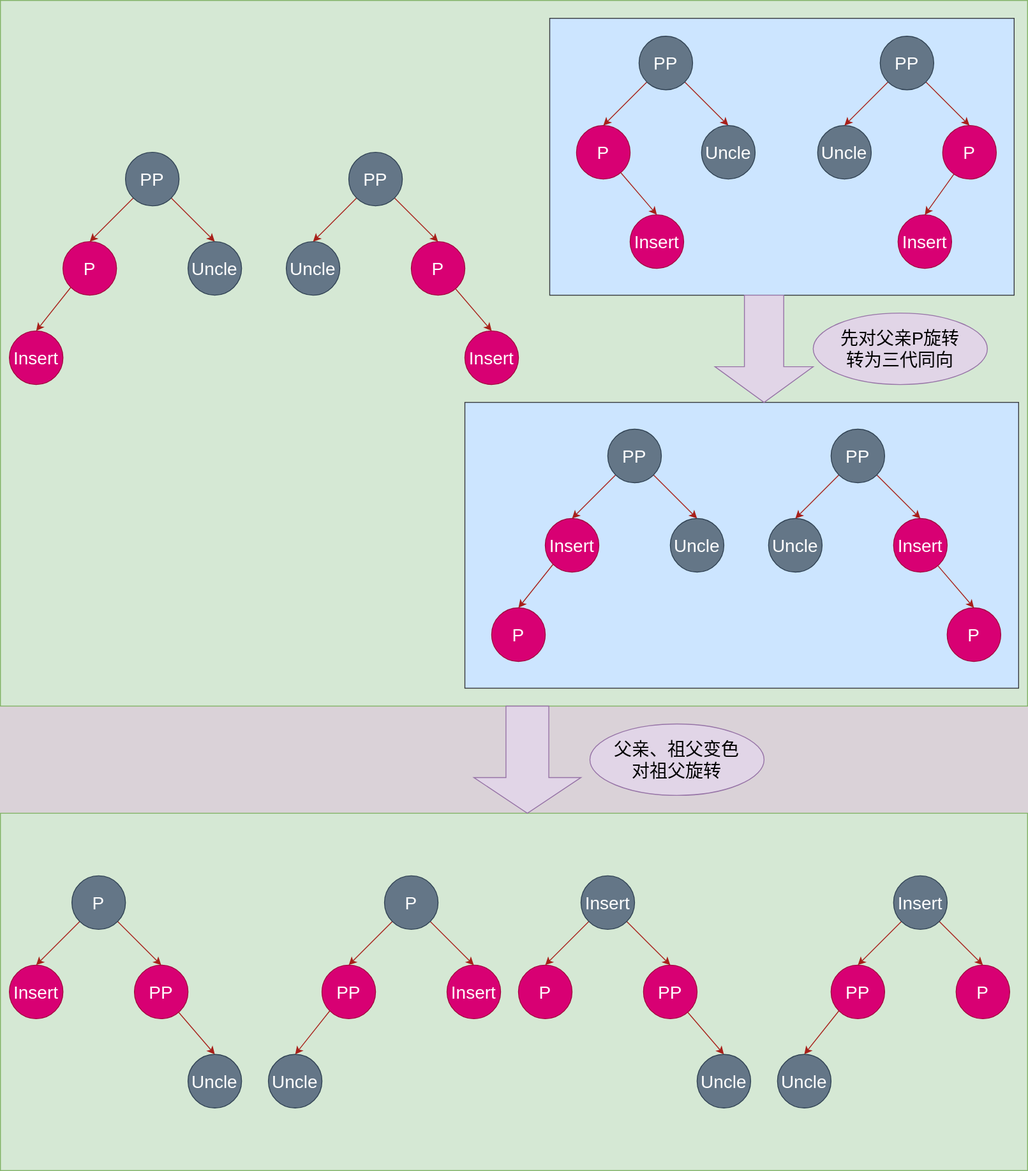
This is Ds/Summary/images/红黑树_插入_父亲为红_叔叔为黑.svg from Jinhua-Lee/DsAndAlg, a draw.io export, as it was before one commit. Source tidied: cells renumbered, new cells last; positions are measured from the earlier drawing's top-left corner, leaving out a move shared by most shapes.
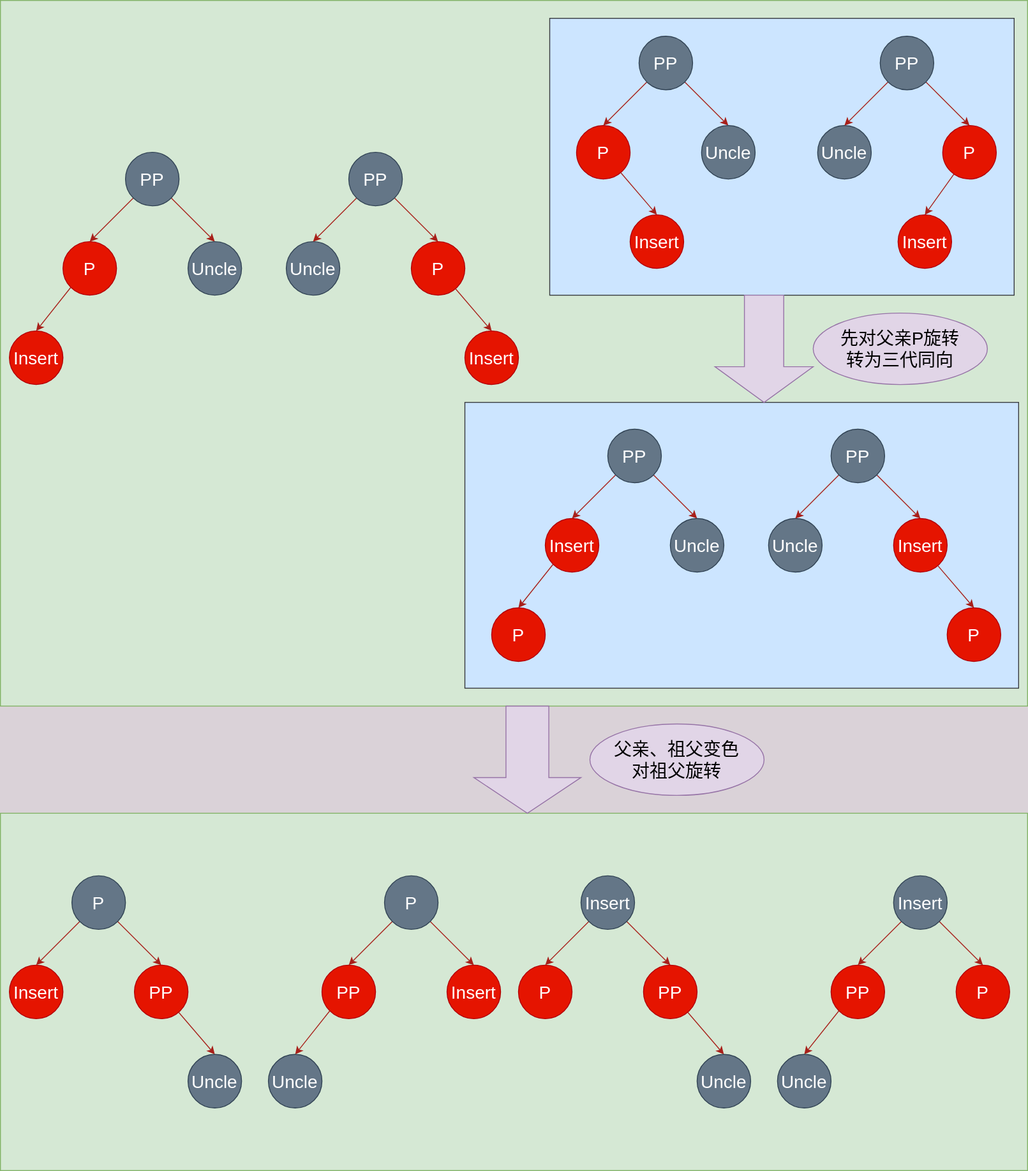
The same file after the commit.

The edit, as a diff of the source:
```diff
@@ -11,7 +11,7 @@
     <mxCell id="4" style="rounded=0;whiteSpace=wrap;html=1;fillColor=#d5e8d4;strokeColor=#82b366;" parent="1" vertex="1">
       <mxGeometry y="910" width="1150" height="400" as="geometry" />
     </mxCell>
-    <mxCell id="5" value="&lt;font style=&quot;font-size: 20px&quot;&gt;P&lt;/font&gt;" style="ellipse;whiteSpace=wrap;html=1;fillColor=#d80073;strokeColor=#A50040;fontColor=#ffffff;" parent="1" vertex="1">
+    <mxCell id="5" value="&lt;font style=&quot;font-size: 20px&quot;&gt;P&lt;/font&gt;" style="ellipse;whiteSpace=wrap;html=1;fillColor=#e51400;strokeColor=#B20000;fontColor=#ffffff;" parent="1" vertex="1">
       <mxGeometry x="70" y="270" width="60" height="60" as="geometry" />
     </mxCell>
     <mxCell id="6" style="rounded=0;jettySize=auto;html=1;exitX=0;exitY=1;exitDx=0;exitDy=0;entryX=0.5;entryY=0;entryDx=0;entryDy=0;strokeColor=#A8201A;labelBackgroundColor=#DAD2D8;fontColor=#143642;" parent="1" edge="1" source="8" target="5">
@@ -29,10 +29,10 @@
     <mxCell id="10" value="&lt;font style=&quot;font-size: 20px&quot;&gt;Uncle&lt;/font&gt;" style="ellipse;whiteSpace=wrap;html=1;fillColor=#647687;strokeColor=#314354;fontColor=#ffffff;" parent="1" vertex="1">
       <mxGeometry x="210" y="270" width="60" height="60" as="geometry" />
     </mxCell>
-    <mxCell id="11" value="&lt;font style=&quot;font-size: 20px&quot;&gt;Insert&lt;/font&gt;" style="ellipse;whiteSpace=wrap;html=1;fillColor=#d80073;strokeColor=#A50040;fontColor=#ffffff;" parent="1" vertex="1">
+    <mxCell id="11" value="&lt;font style=&quot;font-size: 20px&quot;&gt;Insert&lt;/font&gt;" style="ellipse;whiteSpace=wrap;html=1;fillColor=#e51400;strokeColor=#B20000;fontColor=#ffffff;" parent="1" vertex="1">
       <mxGeometry x="10" y="370" width="60" height="60" as="geometry" />
     </mxCell>
-    <mxCell id="12" value="&lt;font style=&quot;font-size: 20px&quot;&gt;P&lt;/font&gt;" style="ellipse;whiteSpace=wrap;html=1;fillColor=#d80073;strokeColor=#A50040;fontColor=#ffffff;" parent="1" vertex="1">
+    <mxCell id="12" value="&lt;font style=&quot;font-size: 20px&quot;&gt;P&lt;/font&gt;" style="ellipse;whiteSpace=wrap;html=1;fillColor=#e51400;strokeColor=#B20000;fontColor=#ffffff;" parent="1" vertex="1">
       <mxGeometry x="645" y="140" width="60" height="60" as="geometry" />
     </mxCell>
     <mxCell id="13" style="rounded=0;jettySize=auto;html=1;exitX=0;exitY=1;exitDx=0;exitDy=0;entryX=0.5;entryY=0;entryDx=0;entryDy=0;strokeColor=#A8201A;labelBackgroundColor=#DAD2D8;fontColor=#143642;" parent="1" edge="1" source="15" target="12">
@@ -50,7 +50,7 @@
     <mxCell id="17" value="&lt;font style=&quot;font-size: 20px&quot;&gt;Uncle&lt;/font&gt;" style="ellipse;whiteSpace=wrap;html=1;fillColor=#647687;strokeColor=#314354;fontColor=#ffffff;" parent="1" vertex="1">
       <mxGeometry x="785" y="140" width="60" height="60" as="geometry" />
     </mxCell>
-    <mxCell id="18" value="&lt;font style=&quot;font-size: 20px&quot;&gt;Insert&lt;/font&gt;" style="ellipse;whiteSpace=wrap;html=1;fillColor=#d80073;strokeColor=#A50040;fontColor=#ffffff;" parent="1" vertex="1">
+    <mxCell id="18" value="&lt;font style=&quot;font-size: 20px&quot;&gt;Insert&lt;/font&gt;" style="ellipse;whiteSpace=wrap;html=1;fillColor=#e51400;strokeColor=#B20000;fontColor=#ffffff;" parent="1" vertex="1">
       <mxGeometry x="705" y="240" width="60" height="60" as="geometry" />
     </mxCell>
     <mxCell id="19" value="&lt;span style=&quot;font-size: 20px&quot;&gt;Uncle&lt;/span&gt;" style="ellipse;whiteSpace=wrap;html=1;fillColor=#647687;strokeColor=#314354;fontColor=#ffffff;" parent="1" vertex="1">
@@ -68,10 +68,10 @@
     <mxCell id="23" style="rounded=0;jettySize=auto;html=1;labelBackgroundColor=#DAD2D8;strokeColor=#A8201A;fontColor=#143642;entryX=0.5;entryY=0;entryDx=0;entryDy=0;" parent="1" edge="1" source="24" target="25">
       <mxGeometry relative="1" as="geometry" />
     </mxCell>
-    <mxCell id="24" value="&lt;font style=&quot;font-size: 20px&quot;&gt;P&lt;/font&gt;" style="ellipse;whiteSpace=wrap;html=1;fillColor=#d80073;strokeColor=#A50040;fontColor=#ffffff;" parent="1" vertex="1">
+    <mxCell id="24" value="&lt;font style=&quot;font-size: 20px&quot;&gt;P&lt;/font&gt;" style="ellipse;whiteSpace=wrap;html=1;fillColor=#e51400;strokeColor=#B20000;fontColor=#ffffff;" parent="1" vertex="1">
       <mxGeometry x="1055" y="140" width="60" height="60" as="geometry" />
     </mxCell>
-    <mxCell id="25" value="&lt;font style=&quot;font-size: 20px&quot;&gt;Insert&lt;/font&gt;" style="ellipse;whiteSpace=wrap;html=1;fillColor=#d80073;strokeColor=#A50040;fontColor=#ffffff;" parent="1" vertex="1">
+    <mxCell id="25" value="&lt;font style=&quot;font-size: 20px&quot;&gt;Insert&lt;/font&gt;" style="ellipse;whiteSpace=wrap;html=1;fillColor=#e51400;strokeColor=#B20000;fontColor=#ffffff;" parent="1" vertex="1">
       <mxGeometry x="1005" y="240" width="60" height="60" as="geometry" />
     </mxCell>
     <mxCell id="26" value="&lt;span style=&quot;font-size: 20px&quot;&gt;Uncle&lt;/span&gt;" style="ellipse;whiteSpace=wrap;html=1;fillColor=#647687;strokeColor=#314354;fontColor=#ffffff;" parent="1" vertex="1">
@@ -89,10 +89,10 @@
     <mxCell id="30" style="rounded=0;jettySize=auto;html=1;labelBackgroundColor=#DAD2D8;strokeColor=#A8201A;fontColor=#143642;entryX=0.5;entryY=0;entryDx=0;entryDy=0;" parent="1" edge="1" source="31" target="32">
       <mxGeometry relative="1" as="geometry" />
     </mxCell>
-    <mxCell id="31" value="&lt;font style=&quot;font-size: 20px&quot;&gt;P&lt;/font&gt;" style="ellipse;whiteSpace=wrap;html=1;fillColor=#d80073;strokeColor=#A50040;fontColor=#ffffff;" parent="1" vertex="1">
+    <mxCell id="31" value="&lt;font style=&quot;font-size: 20px&quot;&gt;P&lt;/font&gt;" style="ellipse;whiteSpace=wrap;html=1;fillColor=#e51400;strokeColor=#B20000;fontColor=#ffffff;" parent="1" vertex="1">
       <mxGeometry x="460" y="270" width="60" height="60" as="geometry" />
     </mxCell>
-    <mxCell id="32" value="&lt;font style=&quot;font-size: 20px&quot;&gt;Insert&lt;/font&gt;" style="ellipse;whiteSpace=wrap;html=1;fillColor=#d80073;strokeColor=#A50040;fontColor=#ffffff;" parent="1" vertex="1">
+    <mxCell id="32" value="&lt;font style=&quot;font-size: 20px&quot;&gt;Insert&lt;/font&gt;" style="ellipse;whiteSpace=wrap;html=1;fillColor=#e51400;strokeColor=#B20000;fontColor=#ffffff;" parent="1" vertex="1">
       <mxGeometry x="520" y="370" width="60" height="60" as="geometry" />
     </mxCell>
     <mxCell id="33" style="html=1;shadow=0;dashed=0;align=center;verticalAlign=middle;shape=mxgraph.arrows2.arrow;dy=0.6;dx=40;notch=0;direction=south;fillColor=#e1d5e7;strokeColor=#9673a6;" parent="1" vertex="1">
@@ -101,7 +101,7 @@
     <mxCell id="34" style="rounded=0;whiteSpace=wrap;html=1;fillColor=#cce5ff;strokeColor=#36393d;" parent="1" vertex="1">
       <mxGeometry x="520" y="450" width="620" height="320" as="geometry" />
     </mxCell>
-    <mxCell id="35" value="&lt;font style=&quot;font-size: 20px&quot;&gt;Insert&lt;/font&gt;" style="ellipse;whiteSpace=wrap;html=1;fillColor=#d80073;strokeColor=#A50040;fontColor=#ffffff;" parent="1" vertex="1">
+    <mxCell id="35" value="&lt;font style=&quot;font-size: 20px&quot;&gt;Insert&lt;/font&gt;" style="ellipse;whiteSpace=wrap;html=1;fillColor=#e51400;strokeColor=#B20000;fontColor=#ffffff;" parent="1" vertex="1">
       <mxGeometry x="610" y="580" width="60" height="60" as="geometry" />
     </mxCell>
     <mxCell id="36" style="rounded=0;jettySize=auto;html=1;exitX=0;exitY=1;exitDx=0;exitDy=0;entryX=0.5;entryY=0;entryDx=0;entryDy=0;strokeColor=#A8201A;labelBackgroundColor=#DAD2D8;fontColor=#143642;" parent="1" edge="1" source="38" target="35">
@@ -119,7 +119,7 @@
     <mxCell id="40" value="&lt;font style=&quot;font-size: 20px&quot;&gt;Uncle&lt;/font&gt;" style="ellipse;whiteSpace=wrap;html=1;fillColor=#647687;strokeColor=#314354;fontColor=#ffffff;" parent="1" vertex="1">
       <mxGeometry x="750" y="580" width="60" height="60" as="geometry" />
     </mxCell>
-    <mxCell id="41" value="&lt;font style=&quot;font-size: 20px&quot;&gt;P&lt;/font&gt;" style="ellipse;whiteSpace=wrap;html=1;fillColor=#d80073;strokeColor=#A50040;fontColor=#ffffff;" parent="1" vertex="1">
+    <mxCell id="41" value="&lt;font style=&quot;font-size: 20px&quot;&gt;P&lt;/font&gt;" style="ellipse;whiteSpace=wrap;html=1;fillColor=#e51400;strokeColor=#B20000;fontColor=#ffffff;" parent="1" vertex="1">
       <mxGeometry x="550" y="680" width="60" height="60" as="geometry" />
     </mxCell>
     <mxCell id="42" value="&lt;span style=&quot;font-size: 20px&quot;&gt;Uncle&lt;/span&gt;" style="ellipse;whiteSpace=wrap;html=1;fillColor=#647687;strokeColor=#314354;fontColor=#ffffff;" parent="1" vertex="1">
@@ -137,10 +137,10 @@
     <mxCell id="46" style="rounded=0;jettySize=auto;html=1;labelBackgroundColor=#DAD2D8;strokeColor=#A8201A;fontColor=#143642;entryX=0.5;entryY=0;entryDx=0;entryDy=0;" parent="1" edge="1" source="47" target="48">
       <mxGeometry relative="1" as="geometry" />
     </mxCell>
-    <mxCell id="47" value="&lt;font style=&quot;font-size: 20px&quot;&gt;Insert&lt;/font&gt;" style="ellipse;whiteSpace=wrap;html=1;fillColor=#d80073;strokeColor=#A50040;fontColor=#ffffff;" parent="1" vertex="1">
+    <mxCell id="47" value="&lt;font style=&quot;font-size: 20px&quot;&gt;Insert&lt;/font&gt;" style="ellipse;whiteSpace=wrap;html=1;fillColor=#e51400;strokeColor=#B20000;fontColor=#ffffff;" parent="1" vertex="1">
       <mxGeometry x="1000" y="580" width="60" height="60" as="geometry" />
     </mxCell>
-    <mxCell id="48" value="&lt;font style=&quot;font-size: 20px&quot;&gt;P&lt;/font&gt;" style="ellipse;whiteSpace=wrap;html=1;fillColor=#d80073;strokeColor=#A50040;fontColor=#ffffff;" parent="1" vertex="1">
+    <mxCell id="48" value="&lt;font style=&quot;font-size: 20px&quot;&gt;P&lt;/font&gt;" style="ellipse;whiteSpace=wrap;html=1;fillColor=#e51400;strokeColor=#B20000;fontColor=#ffffff;" parent="1" vertex="1">
       <mxGeometry x="1060" y="680" width="60" height="60" as="geometry" />
     </mxCell>
     <mxCell id="49" style="html=1;shadow=0;dashed=0;align=center;verticalAlign=middle;shape=mxgraph.arrows2.arrow;dy=0.6;dx=40;direction=south;notch=0;rounded=0;sketch=0;strokeColor=#9673a6;fillColor=#e1d5e7;" parent="1" vertex="1">
@@ -152,7 +152,7 @@
     <mxCell id="51" value="&lt;font style=&quot;font-size: 20px&quot;&gt;父亲、祖父变色&lt;br&gt;对祖父旋转&lt;br&gt;&lt;/font&gt;" style="ellipse;whiteSpace=wrap;html=1;rounded=0;sketch=0;strokeColor=#9673a6;fillColor=#e1d5e7;" parent="1" vertex="1">
       <mxGeometry x="660" y="810" width="195" height="80" as="geometry" />
     </mxCell>
-    <mxCell id="52" value="&lt;font style=&quot;font-size: 20px&quot;&gt;PP&lt;/font&gt;" style="ellipse;whiteSpace=wrap;html=1;fillColor=#d80073;strokeColor=#A50040;fontColor=#ffffff;" parent="1" vertex="1">
+    <mxCell id="52" value="&lt;font style=&quot;font-size: 20px&quot;&gt;PP&lt;/font&gt;" style="ellipse;whiteSpace=wrap;html=1;fillColor=#e51400;strokeColor=#B20000;fontColor=#ffffff;" parent="1" vertex="1">
       <mxGeometry x="360" y="1080" width="60" height="60" as="geometry" />
     </mxCell>
     <mxCell id="53" style="rounded=0;jettySize=auto;html=1;exitX=0;exitY=1;exitDx=0;exitDy=0;entryX=0.5;entryY=0;entryDx=0;entryDy=0;strokeColor=#A8201A;labelBackgroundColor=#DAD2D8;fontColor=#143642;" parent="1" edge="1" source="55" target="52">
@@ -167,13 +167,13 @@
     <mxCell id="56" style="rounded=0;jettySize=auto;html=1;exitX=0;exitY=1;exitDx=0;exitDy=0;labelBackgroundColor=#DAD2D8;strokeColor=#A8201A;fontColor=#143642;entryX=0.5;entryY=0;entryDx=0;entryDy=0;" parent="1" edge="1" source="52" target="58">
       <mxGeometry relative="1" as="geometry" />
     </mxCell>
-    <mxCell id="57" value="&lt;font style=&quot;font-size: 20px&quot;&gt;Insert&lt;/font&gt;" style="ellipse;whiteSpace=wrap;html=1;fillColor=#d80073;strokeColor=#A50040;fontColor=#ffffff;" parent="1" vertex="1">
+    <mxCell id="57" value="&lt;font style=&quot;font-size: 20px&quot;&gt;Insert&lt;/font&gt;" style="ellipse;whiteSpace=wrap;html=1;fillColor=#e51400;strokeColor=#B20000;fontColor=#ffffff;" parent="1" vertex="1">
       <mxGeometry x="500" y="1080" width="60" height="60" as="geometry" />
     </mxCell>
     <mxCell id="58" value="&lt;font style=&quot;font-size: 20px&quot;&gt;Uncle&lt;/font&gt;" style="ellipse;whiteSpace=wrap;html=1;fillColor=#647687;strokeColor=#314354;fontColor=#ffffff;" parent="1" vertex="1">
       <mxGeometry x="300" y="1180" width="60" height="60" as="geometry" />
     </mxCell>
-    <mxCell id="59" value="&lt;span style=&quot;font-size: 20px&quot;&gt;Insert&lt;/span&gt;" style="ellipse;whiteSpace=wrap;html=1;fillColor=#d80073;strokeColor=#A50040;fontColor=#ffffff;" parent="1" vertex="1">
+    <mxCell id="59" value="&lt;span style=&quot;font-size: 20px&quot;&gt;Insert&lt;/span&gt;" style="ellipse;whiteSpace=wrap;html=1;fillColor=#e51400;strokeColor=#B20000;fontColor=#ffffff;" parent="1" vertex="1">
       <mxGeometry x="10" y="1080" width="60" height="60" as="geometry" />
     </mxCell>
     <mxCell id="60" style="rounded=0;jettySize=auto;html=1;exitX=0;exitY=1;exitDx=0;exitDy=0;entryX=0.5;entryY=0;entryDx=0;entryDy=0;strokeColor=#A8201A;labelBackgroundColor=#DAD2D8;fontColor=#143642;" parent="1" edge="1" source="62" target="59">
@@ -188,13 +188,13 @@
     <mxCell id="63" style="rounded=0;jettySize=auto;html=1;labelBackgroundColor=#DAD2D8;strokeColor=#A8201A;fontColor=#143642;entryX=0.5;entryY=0;entryDx=0;entryDy=0;" parent="1" edge="1" source="64" target="65">
       <mxGeometry relative="1" as="geometry" />
     </mxCell>
-    <mxCell id="64" value="&lt;font style=&quot;font-size: 20px&quot;&gt;PP&lt;/font&gt;" style="ellipse;whiteSpace=wrap;html=1;fillColor=#d80073;strokeColor=#A50040;fontColor=#ffffff;" parent="1" vertex="1">
+    <mxCell id="64" value="&lt;font style=&quot;font-size: 20px&quot;&gt;PP&lt;/font&gt;" style="ellipse;whiteSpace=wrap;html=1;fillColor=#e51400;strokeColor=#B20000;fontColor=#ffffff;" parent="1" vertex="1">
       <mxGeometry x="150" y="1080" width="60" height="60" as="geometry" />
     </mxCell>
     <mxCell id="65" value="&lt;font style=&quot;font-size: 20px&quot;&gt;Uncle&lt;/font&gt;" style="ellipse;whiteSpace=wrap;html=1;fillColor=#647687;strokeColor=#314354;fontColor=#ffffff;" parent="1" vertex="1">
       <mxGeometry x="210" y="1180" width="60" height="60" as="geometry" />
     </mxCell>
-    <mxCell id="66" value="&lt;font style=&quot;font-size: 20px&quot;&gt;PP&lt;/font&gt;" style="ellipse;whiteSpace=wrap;html=1;fillColor=#d80073;strokeColor=#A50040;fontColor=#ffffff;" parent="1" vertex="1">
+    <mxCell id="66" value="&lt;font style=&quot;font-size: 20px&quot;&gt;PP&lt;/font&gt;" style="ellipse;whiteSpace=wrap;html=1;fillColor=#e51400;strokeColor=#B20000;fontColor=#ffffff;" parent="1" vertex="1">
       <mxGeometry x="930" y="1080" width="60" height="60" as="geometry" />
     </mxCell>
     <mxCell id="67" style="rounded=0;jettySize=auto;html=1;exitX=0;exitY=1;exitDx=0;exitDy=0;entryX=0.5;entryY=0;entryDx=0;entryDy=0;strokeColor=#A8201A;labelBackgroundColor=#DAD2D8;fontColor=#143642;" parent="1" edge="1" source="69" target="66">
@@ -209,13 +209,13 @@
     <mxCell id="70" style="rounded=0;jettySize=auto;html=1;exitX=0;exitY=1;exitDx=0;exitDy=0;labelBackgroundColor=#DAD2D8;strokeColor=#A8201A;fontColor=#143642;entryX=0.5;entryY=0;entryDx=0;entryDy=0;" parent="1" edge="1" source="66" target="72">
       <mxGeometry relative="1" as="geometry" />
     </mxCell>
-    <mxCell id="71" value="&lt;font style=&quot;font-size: 20px&quot;&gt;P&lt;/font&gt;" style="ellipse;whiteSpace=wrap;html=1;fillColor=#d80073;strokeColor=#A50040;fontColor=#ffffff;" parent="1" vertex="1">
+    <mxCell id="71" value="&lt;font style=&quot;font-size: 20px&quot;&gt;P&lt;/font&gt;" style="ellipse;whiteSpace=wrap;html=1;fillColor=#e51400;strokeColor=#B20000;fontColor=#ffffff;" parent="1" vertex="1">
       <mxGeometry x="1070" y="1080" width="60" height="60" as="geometry" />
     </mxCell>
     <mxCell id="72" value="&lt;font style=&quot;font-size: 20px&quot;&gt;Uncle&lt;/font&gt;" style="ellipse;whiteSpace=wrap;html=1;fillColor=#647687;strokeColor=#314354;fontColor=#ffffff;" parent="1" vertex="1">
       <mxGeometry x="870" y="1180" width="60" height="60" as="geometry" />
     </mxCell>
-    <mxCell id="73" value="&lt;span style=&quot;font-size: 20px&quot;&gt;P&lt;/span&gt;" style="ellipse;whiteSpace=wrap;html=1;fillColor=#d80073;strokeColor=#A50040;fontColor=#ffffff;" parent="1" vertex="1">
+    <mxCell id="73" value="&lt;span style=&quot;font-size: 20px&quot;&gt;P&lt;/span&gt;" style="ellipse;whiteSpace=wrap;html=1;fillColor=#e51400;strokeColor=#B20000;fontColor=#ffffff;" parent="1" vertex="1">
       <mxGeometry x="580" y="1080" width="60" height="60" as="geometry" />
     </mxCell>
     <mxCell id="74" style="rounded=0;jettySize=auto;html=1;exitX=0;exitY=1;exitDx=0;exitDy=0;entryX=0.5;entryY=0;entryDx=0;entryDy=0;strokeColor=#A8201A;labelBackgroundColor=#DAD2D8;fontColor=#143642;" parent="1" edge="1" source="76" target="73">
@@ -230,7 +230,7 @@
     <mxCell id="77" style="rounded=0;jettySize=auto;html=1;labelBackgroundColor=#DAD2D8;strokeColor=#A8201A;fontColor=#143642;entryX=0.5;entryY=0;entryDx=0;entryDy=0;" parent="1" edge="1" source="78" target="79">
       <mxGeometry relative="1" as="geometry" />
     </mxCell>
-    <mxCell id="78" value="&lt;font style=&quot;font-size: 20px&quot;&gt;PP&lt;/font&gt;" style="ellipse;whiteSpace=wrap;html=1;fillColor=#d80073;strokeColor=#A50040;fontColor=#ffffff;" parent="1" vertex="1">
+    <mxCell id="78" value="&lt;font style=&quot;font-size: 20px&quot;&gt;PP&lt;/font&gt;" style="ellipse;whiteSpace=wrap;html=1;fillColor=#e51400;strokeColor=#B20000;fontColor=#ffffff;" parent="1" vertex="1">
       <mxGeometry x="720" y="1080" width="60" height="60" as="geometry" />
     </mxCell>
     <mxCell id="79" value="&lt;font style=&quot;font-size: 20px&quot;&gt;Uncle&lt;/font&gt;" style="ellipse;whiteSpace=wrap;html=1;fillColor=#647687;strokeColor=#314354;fontColor=#ffffff;" parent="1" vertex="1">
```
